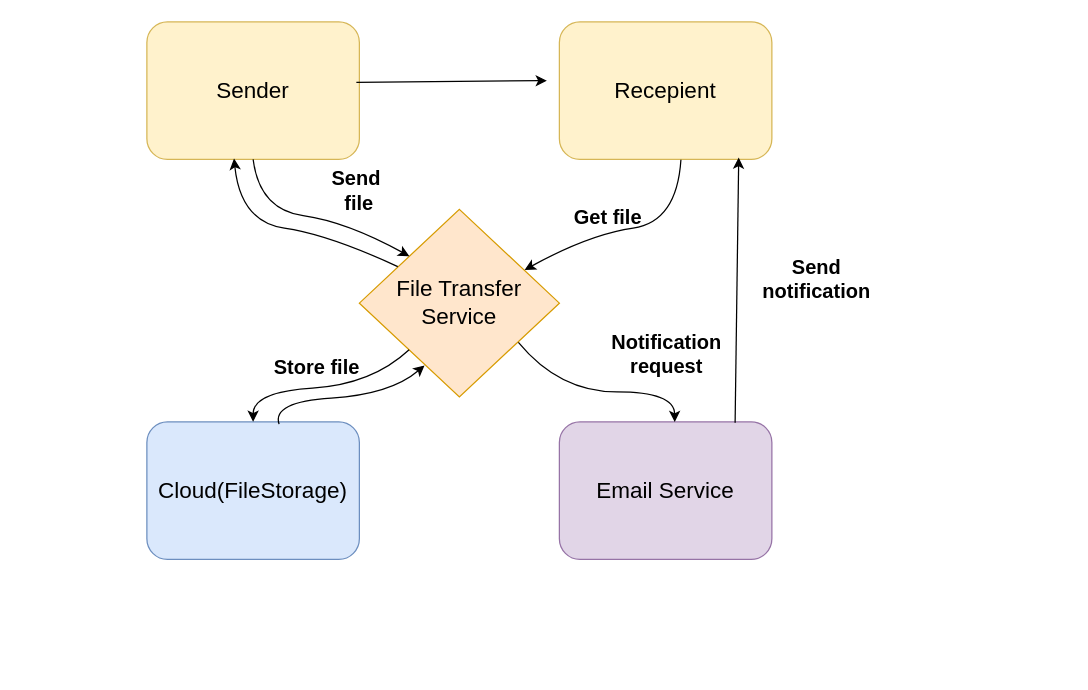
Before: file_exchanger/docs/ContextDiagram.drawio in Polina-Druzhinina/test2, a draw.io diagram. Source tidied: cells renumbered, new cells numbered last; positions are measured from the earlier drawing's top-left corner, leaving out a move shared by most shapes. Both pictures are drawn from the tidied source at 125%, with x=0, y=0 at pixel (146, 21).
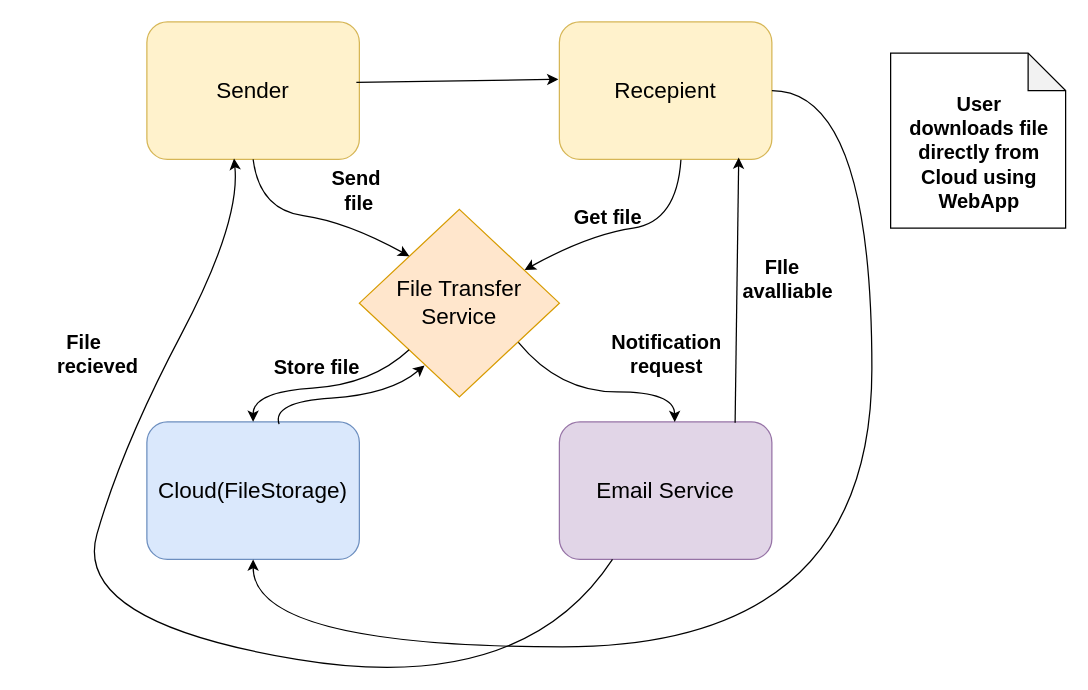
The same diagram, later.

Commit message:
Added actions to context diagram

Unchanged cells that the change refers to:
```xml
<mxCell id="2" value="File Transfer Service" style="rhombus;whiteSpace=wrap;html=1;fontSize=18;fillColor=#ffe6cc;strokeColor=#d79b00;" parent="1" vertex="1">
  <mxGeometry x="170" y="150" width="160" height="150" as="geometry" />
</mxCell>
<mxCell id="3" value="Sender" style="rounded=1;whiteSpace=wrap;html=1;fontSize=18;fillColor=#fff2cc;strokeColor=#d6b656;" parent="1" vertex="1">
  <mxGeometry width="170" height="110" as="geometry" />
</mxCell>
<mxCell id="4" value="Recepient" style="rounded=1;whiteSpace=wrap;html=1;fontSize=18;fillColor=#fff2cc;strokeColor=#d6b656;" parent="1" vertex="1">
  <mxGeometry x="330" width="170" height="110" as="geometry" />
</mxCell>
<mxCell id="5" value="Cloud(FileStorage)" style="rounded=1;whiteSpace=wrap;html=1;fontSize=18;fillColor=#dae8fc;strokeColor=#6c8ebf;" parent="1" vertex="1">
  <mxGeometry y="320" width="170" height="110" as="geometry" />
</mxCell>
<mxCell id="6" value="Email Service" style="rounded=1;whiteSpace=wrap;html=1;fontSize=18;fillColor=#e1d5e7;strokeColor=#9673a6;" parent="1" vertex="1">
  <mxGeometry x="330" y="320" width="170" height="110" as="geometry" />
</mxCell>
```

Diff of the diagram source:
```diff
@@
+    <mxCell id="20" style="shape=note;whiteSpace=wrap;html=1;backgroundOutline=1;darkOpacity=0.05;" parent="1" vertex="1">
+      <mxGeometry x="595" y="25" width="140" height="140" as="geometry" />
+    </mxCell>
@@
-    <mxCell id="8" style="curved=1;endArrow=none;html=1;rounded=0;entryX=0.192;entryY=0.305;entryDx=0;entryDy=0;exitX=0.41;exitY=0.994;exitDx=0;exitDy=0;exitPerimeter=0;endFill=0;startArrow=classic;startFill=1;entryPerimeter=0;fontSize=18;" parent="1" edge="1" source="3" target="2">
+    <mxCell id="8" style="curved=1;endArrow=none;html=1;rounded=0;entryX=0.25;entryY=1;entryDx=0;entryDy=0;exitX=0.41;exitY=0.994;exitDx=0;exitDy=0;exitPerimeter=0;endFill=0;startArrow=classic;startFill=1;fontSize=18;" parent="1" edge="1" source="3" target="6">
       <mxGeometry relative="1" as="geometry">
         <Array as="points">
           <mxPoint x="75" y="160" />
-          <mxPoint x="145" y="170" />
+          <mxPoint x="-20" y="340" />
+          <mxPoint x="-60" y="480" />
+          <mxPoint x="300" y="540" />
         </Array>
       </mxGeometry>
     </mxCell>
@@
-    <mxCell id="18" value="&lt;div style=&quot;text-align: center;&quot;&gt;&lt;span style=&quot;background-color: transparent; color: light-dark(rgb(0, 0, 0), rgb(255, 255, 255)); font-size: 16px;&quot;&gt;&lt;b&gt;Send notification&lt;/b&gt;&lt;/span&gt;&lt;/div&gt;" style="text;whiteSpace=wrap;html=1;" parent="1" vertex="1">
+    <mxCell id="18" value="&lt;div style=&quot;text-align: center;&quot;&gt;&lt;span style=&quot;background-color: transparent; color: light-dark(rgb(0, 0, 0), rgb(255, 255, 255)); font-size: 16px;&quot;&gt;&lt;b&gt;FIle&amp;nbsp;&amp;nbsp;&lt;/b&gt;&lt;/span&gt;&lt;/div&gt;&lt;div style=&quot;text-align: center;&quot;&gt;&lt;span style=&quot;background-color: transparent; color: light-dark(rgb(0, 0, 0), rgb(255, 255, 255)); font-size: 16px;&quot;&gt;&lt;b&gt;avalliable&lt;/b&gt;&lt;/span&gt;&lt;/div&gt;" style="text;whiteSpace=wrap;html=1;" parent="1" vertex="1">
       <mxGeometry x="475" y="180" width="120" height="60" as="geometry" />
     </mxCell>
-    <mxCell id="19" style="endArrow=classic;html=1;rounded=0;endFill=1;exitX=0.986;exitY=0.44;exitDx=0;exitDy=0;exitPerimeter=0;" parent="1" edge="1" source="3">
-      <mxGeometry relative="1" as="geometry">
-        <mxPoint x="320" y="47" as="targetPoint" />
-      </mxGeometry>
+    <mxCell id="19" style="endArrow=classic;html=1;rounded=0;endFill=1;exitX=0.986;exitY=0.44;exitDx=0;exitDy=0;exitPerimeter=0;entryX=-0.005;entryY=0.418;entryDx=0;entryDy=0;entryPerimeter=0;" parent="1" edge="1" source="3" target="4">
+      <mxGeometry relative="1" as="geometry" />
     </mxCell>
+    <mxCell id="21" value="&lt;div style=&quot;text-align: center;&quot;&gt;&lt;span style=&quot;font-size: 16px;&quot;&gt;&lt;b&gt;File&amp;nbsp; &amp;nbsp; &amp;nbsp; recieved&lt;/b&gt;&lt;/span&gt;&lt;/div&gt;" style="text;whiteSpace=wrap;html=1;" parent="1" vertex="1">
+      <mxGeometry x="-100" y="240" width="120" height="60" as="geometry" />
+    </mxCell>
+    <mxCell id="22" style="curved=1;endArrow=classic;html=1;rounded=0;exitX=1;exitY=0.5;exitDx=0;exitDy=0;fontSize=18;edgeStyle=orthogonalEdgeStyle;" parent="1" edge="1" source="4" target="5">
+      <mxGeometry relative="1" as="geometry">
+        <Array as="points">
+          <mxPoint x="580" y="55" />
+          <mxPoint x="580" y="500" />
+          <mxPoint x="85" y="500" />
+        </Array>
+      </mxGeometry>
+    </mxCell>
+    <mxCell id="23" value="&lt;div style=&quot;text-align: center;&quot;&gt;&lt;span style=&quot;font-size: 16px;&quot;&gt;&lt;b&gt;User downloads file directly from Cloud using WebApp&lt;/b&gt;&lt;/span&gt;&lt;/div&gt;" style="text;whiteSpace=wrap;html=1;" parent="1" vertex="1">
+      <mxGeometry x="605" y="50" width="120" height="60" as="geometry" />
+    </mxCell>
```
